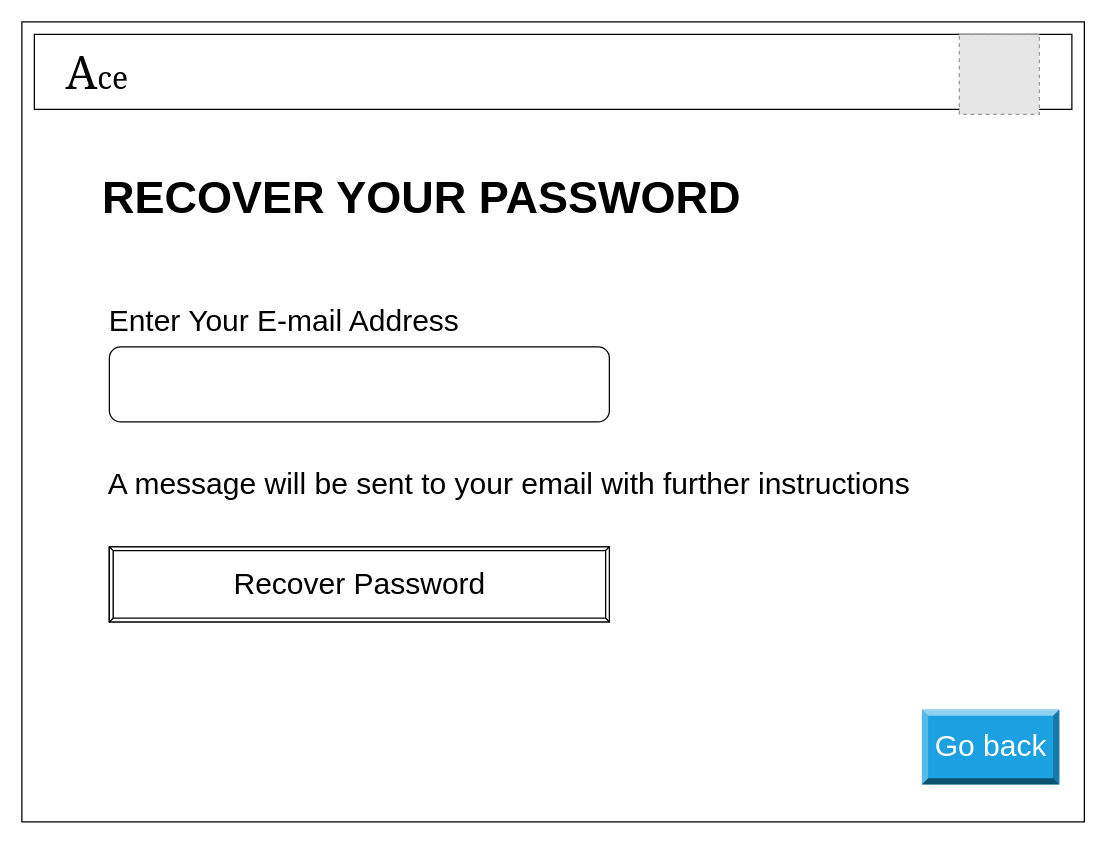
The draw.io diagram ForgotPassword.drawio in opeyemi-jonah/Ace-challenge, before the edit. Source tidied: cells renumbered, new cells numbered last; positions are measured from the earlier drawing's top-left corner, leaving out a move shared by most shapes. Both pictures are drawn from the tidied source at 125%, with x=0, y=0 at pixel (21, 21). Pictures stored in the file or linked from it are replaced by grey dashed boxes.
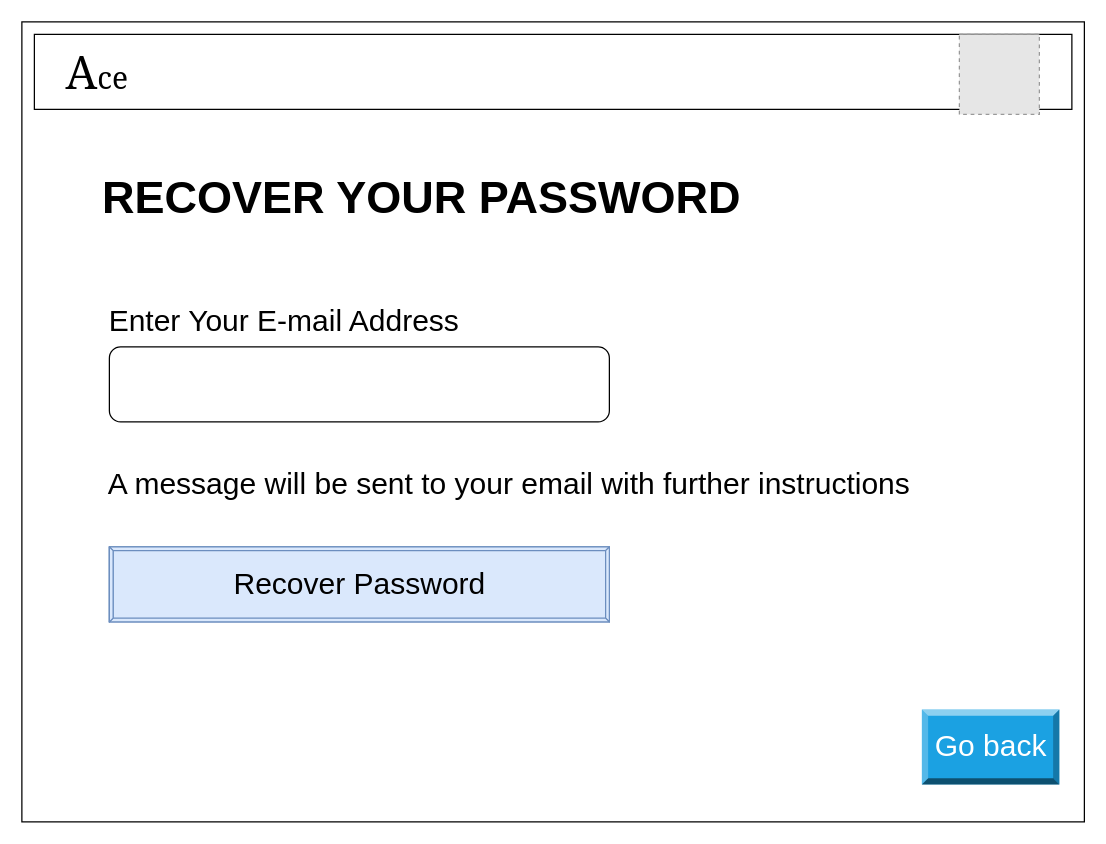
After the change.

Diff of the diagram source:
```diff
@@
 <mxGraphModel>
   <root>
     <mxCell id="0" />
     <mxCell id="1" parent="0" />
     <mxCell id="2" style="rounded=0;whiteSpace=wrap;html=1;" parent="1" vertex="1">
       <mxGeometry width="850" height="640" as="geometry" />
     </mxCell>
     <mxCell id="3" value="&lt;font style=&quot;font-size: 36px&quot;&gt;&lt;b&gt;RECOVER YOUR PASSWORD&lt;/b&gt;&lt;/font&gt;" style="text;html=1;strokeColor=none;fillColor=none;align=center;verticalAlign=middle;whiteSpace=wrap;rounded=0;" parent="1" vertex="1">
       <mxGeometry x="60" y="130" width="520" height="20" as="geometry" />
     </mxCell>
     <mxCell id="4" value="&lt;span style=&quot;font-size: 24px&quot;&gt;Enter Your E-mail Address&lt;/span&gt;" style="text;html=1;strokeColor=none;fillColor=none;align=center;verticalAlign=middle;whiteSpace=wrap;rounded=0;" parent="1" vertex="1">
       <mxGeometry x="60" y="230" width="300" height="20" as="geometry" />
     </mxCell>
     <mxCell id="5" value="&lt;span style=&quot;font-size: 24px&quot;&gt;A message will be sent to your email with further instructions&lt;/span&gt;" style="text;html=1;strokeColor=none;fillColor=none;align=center;verticalAlign=middle;whiteSpace=wrap;rounded=0;" parent="1" vertex="1">
       <mxGeometry x="60" y="360" width="660" height="20" as="geometry" />
     </mxCell>
     <mxCell id="6" style="rounded=1;whiteSpace=wrap;html=1;" parent="1" vertex="1">
       <mxGeometry x="70" y="260" width="400" height="60" as="geometry" />
     </mxCell>
-    <mxCell id="7" value="&lt;span style=&quot;font-size: 24px&quot;&gt;Recover Password&lt;/span&gt;" style="labelPosition=center;verticalLabelPosition=middle;align=center;html=1;shape=mxgraph.basic.button;dx=3;" parent="1" vertex="1">
+    <mxCell id="7" value="&lt;span style=&quot;font-size: 24px&quot;&gt;Recover Password&lt;/span&gt;" style="labelPosition=center;verticalLabelPosition=middle;align=center;html=1;shape=mxgraph.basic.button;dx=3;fillColor=#dae8fc;strokeColor=#6c8ebf;" parent="1" vertex="1">
       <mxGeometry x="70" y="420" width="400" height="60" as="geometry" />
     </mxCell>
     <mxCell id="8" value="&lt;span style=&quot;font-size: 24px&quot;&gt;Go back&lt;/span&gt;" style="labelPosition=center;verticalLabelPosition=middle;align=center;html=1;shape=mxgraph.basic.shaded_button;dx=5;fillColor=#1ba1e2;strokeColor=#006EAF;fontColor=#ffffff;" parent="1" vertex="1">
       <mxGeometry x="720" y="550" width="110" height="60" as="geometry" />
     </mxCell>
     <mxCell id="9" style="rounded=0;whiteSpace=wrap;html=1;" parent="1" vertex="1">
       <mxGeometry x="10" y="10" width="830" height="60" as="geometry" />
     </mxCell>
     <mxCell id="10" value="&lt;font style=&quot;font-size: 36px&quot; face=&quot;Georgia&quot;&gt;A&lt;/font&gt;&lt;font style=&quot;font-size: 24px&quot; face=&quot;Georgia&quot;&gt;ce&lt;/font&gt;" style="text;html=1;strokeColor=none;fillColor=none;align=center;verticalAlign=middle;whiteSpace=wrap;rounded=0;" parent="1" vertex="1">
       <mxGeometry x="40" y="21" width="41" height="38" as="geometry" />
     </mxCell>
     <mxCell id="11" style="fillColor=#E6E6E6;strokeColor=#999999;dashed=1;html=1;verticalAlign=top;verticalLabelPosition=bottom;labelBackgroundColor=#ffffff;" parent="1" vertex="1">
       <mxGeometry x="750" y="10" width="64" height="64" as="geometry" />
     </mxCell>
   </root>
 </mxGraphModel>
```
